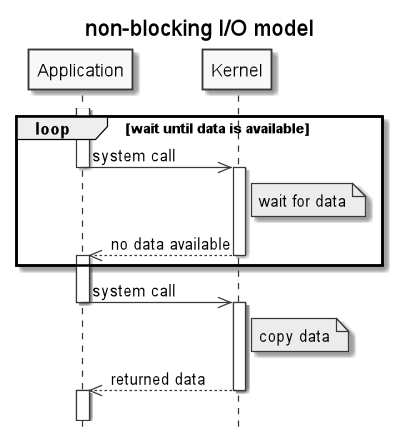
c0p4c4b4n4/demo-sockets-io-nio-nio2 keeps this PlantUML diagram as .images/non_blocking_IO_model.png. Above is the earlier version.
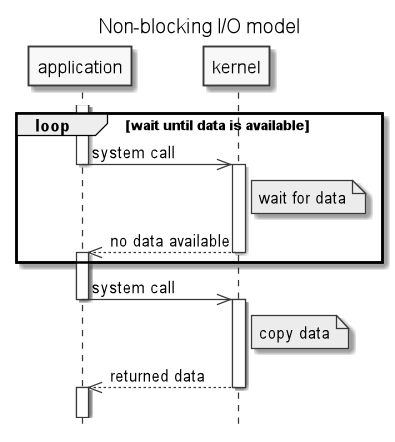
Above is the later version.

Diff of the diagram source:
```diff
@@ -1,23 +1,24 @@
 @startuml
-title non-blocking I/O model
+title Non-blocking I/O model
 hide footbox
 skinparam monochrome true
-activate Application
+skinparam titleFontSize 16
+activate application
 loop wait until data is available
-    Application->>Kernel: system call
-    deactivate Application
-    activate Kernel
-    Note right of Kernel: wait for data
-    Kernel-->>Application: no data available
-    deactivate Kernel
-    activate Application
+    application->>kernel: system call
+    deactivate application
+    activate kernel
+    Note right of kernel: wait for data
+    kernel-->>application: no data available
+    deactivate kernel
+    activate application
 end
-Application->>Kernel: system call
-deactivate Application
-activate Kernel
-Note right of Kernel: copy data
-Kernel-->>Application: returned data
-deactivate Kernel
-activate Application
+application->>kernel: system call
+deactivate application
+activate kernel
+Note right of kernel: copy data
+kernel-->>application: returned data
+deactivate kernel
+activate application
 ||15||
 @enduml
```
